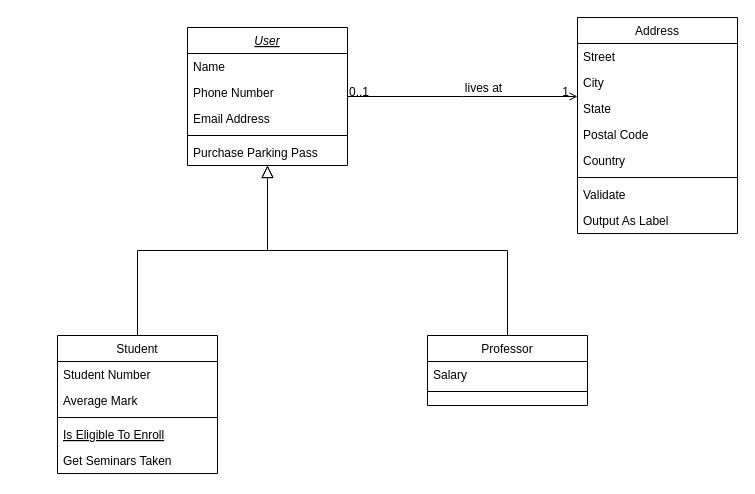
Above: Biểu đồ không có tiêu đề.drawio in LeeTaDa/LeTatDat (draw.io), before the change. Source tidied: cells renumbered, new cells numbered last; positions are measured from the earlier drawing's top-left corner, leaving out a move shared by most shapes. Both pictures are drawn from the tidied source at 100%, with x=0, y=0 at pixel (57, 17).
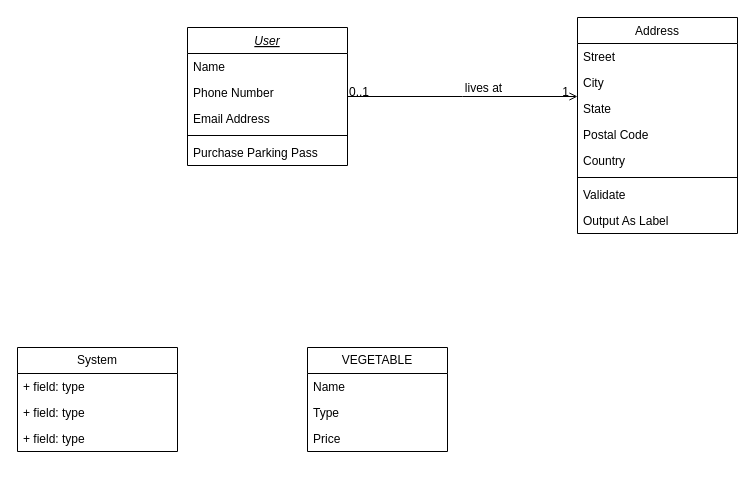
The same diagram, later.

Commit message:
Cập nhật Biểu đồ không có tiêu đề.drawio

Unchanged cells that the change refers to:
```xml
<mxCell id="2" value="User&#10;" style="swimlane;fontStyle=6;align=center;verticalAlign=top;horizontal=1;startSize=26;rounded=0;shadow=0;strokeWidth=1;" parent="1" vertex="1">
  <mxGeometry x="130" y="10" width="160" height="138" as="geometry" />
</mxCell>
```

Change to the diagram source:
```diff
@@
-    <mxCell id="8" value="Student" style="swimlane;fontStyle=0;align=center;verticalAlign=top;horizontal=1;startSize=26;rounded=0;shadow=0;strokeWidth=1;" parent="1" vertex="1">
-      <mxGeometry y="318" width="160" height="138" as="geometry" />
-    </mxCell>
-    <mxCell id="9" value="Student Number" style="text;align=left;verticalAlign=top;spacingLeft=4;spacingRight=4;overflow=hidden;" parent="8" vertex="1">
-      <mxGeometry y="26" width="160" height="26" as="geometry" />
-    </mxCell>
-    <mxCell id="10" value="Average Mark" style="text;align=left;verticalAlign=top;spacingLeft=4;spacingRight=4;overflow=hidden;rounded=0;shadow=0;html=0;" parent="8" vertex="1">
-      <mxGeometry y="52" width="160" height="26" as="geometry" />
-    </mxCell>
-    <mxCell id="11" style="line;html=1;strokeWidth=1;align=left;verticalAlign=middle;spacingTop=-1;spacingLeft=3;spacingRight=3;labelPosition=right;" parent="8" vertex="1">
-      <mxGeometry y="78" width="160" height="8" as="geometry" />
-    </mxCell>
-    <mxCell id="12" value="Is Eligible To Enroll" style="text;align=left;verticalAlign=top;spacingLeft=4;spacingRight=4;overflow=hidden;fontStyle=4;" parent="8" vertex="1">
-      <mxGeometry y="86" width="160" height="26" as="geometry" />
-    </mxCell>
-    <mxCell id="13" value="Get Seminars Taken" style="text;align=left;verticalAlign=top;spacingLeft=4;spacingRight=4;overflow=hidden;" parent="8" vertex="1">
-      <mxGeometry y="112" width="160" height="26" as="geometry" />
-    </mxCell>
-    <mxCell id="14" style="endArrow=block;endSize=10;endFill=0;shadow=0;strokeWidth=1;rounded=0;curved=0;edgeStyle=elbowEdgeStyle;elbow=vertical;" parent="1" edge="1" source="8" target="2">
-      <mxGeometry relative="1" as="geometry" />
-    </mxCell>
-    <mxCell id="15" value="Professor" style="swimlane;fontStyle=0;align=center;verticalAlign=top;horizontal=1;startSize=26;rounded=0;shadow=0;strokeWidth=1;" parent="1" vertex="1">
-      <mxGeometry x="370" y="318" width="160" height="70" as="geometry" />
-    </mxCell>
-    <mxCell id="16" value="Salary" style="text;align=left;verticalAlign=top;spacingLeft=4;spacingRight=4;overflow=hidden;" parent="15" vertex="1">
-      <mxGeometry y="26" width="160" height="26" as="geometry" />
-    </mxCell>
-    <mxCell id="17" style="line;html=1;strokeWidth=1;align=left;verticalAlign=middle;spacingTop=-1;spacingLeft=3;spacingRight=3;labelPosition=right;" parent="15" vertex="1">
-      <mxGeometry y="52" width="160" height="8" as="geometry" />
-    </mxCell>
-    <mxCell id="18" style="endArrow=block;endSize=10;endFill=0;shadow=0;strokeWidth=1;rounded=0;curved=0;edgeStyle=elbowEdgeStyle;elbow=vertical;" parent="1" edge="1" source="15" target="2">
-      <mxGeometry relative="1" as="geometry" />
-    </mxCell>
@@
+    <mxCell id="32" value="System" style="swimlane;fontStyle=0;horizontal=1;startSize=26;fillColor=none;whiteSpace=wrap;html=1;" parent="1" vertex="1">
+      <mxGeometry x="-40" y="330" width="160" height="104" as="geometry" />
+    </mxCell>
+    <mxCell id="33" value="+ field: type" style="text;strokeColor=none;fillColor=none;align=left;verticalAlign=top;spacingLeft=4;spacingRight=4;overflow=hidden;whiteSpace=wrap;html=1;" parent="32" vertex="1">
+      <mxGeometry y="26" width="160" height="26" as="geometry" />
+    </mxCell>
+    <mxCell id="34" value="+ field: type" style="text;strokeColor=none;fillColor=none;align=left;verticalAlign=top;spacingLeft=4;spacingRight=4;overflow=hidden;whiteSpace=wrap;html=1;" parent="32" vertex="1">
+      <mxGeometry y="52" width="160" height="26" as="geometry" />
+    </mxCell>
+    <mxCell id="35" value="+ field: type" style="text;strokeColor=none;fillColor=none;align=left;verticalAlign=top;spacingLeft=4;spacingRight=4;overflow=hidden;whiteSpace=wrap;html=1;" parent="32" vertex="1">
+      <mxGeometry y="78" width="160" height="26" as="geometry" />
+    </mxCell>
+    <mxCell id="36" value="VEGETABLE" style="swimlane;fontStyle=0;horizontal=1;startSize=26;fillColor=none;whiteSpace=wrap;html=1;" parent="1" vertex="1">
+      <mxGeometry x="250" y="330" width="140" height="104" as="geometry" />
+    </mxCell>
+    <mxCell id="37" value="Name&lt;span style=&quot;white-space: pre;&quot;&gt;&#9;&lt;/span&gt;" style="text;strokeColor=none;fillColor=none;align=left;verticalAlign=top;spacingLeft=4;spacingRight=4;overflow=hidden;whiteSpace=wrap;html=1;" parent="36" vertex="1">
+      <mxGeometry y="26" width="140" height="26" as="geometry" />
+    </mxCell>
+    <mxCell id="38" value="Type&lt;div&gt;&lt;br&gt;&lt;/div&gt;" style="text;strokeColor=none;fillColor=none;align=left;verticalAlign=top;spacingLeft=4;spacingRight=4;overflow=hidden;whiteSpace=wrap;html=1;" parent="36" vertex="1">
+      <mxGeometry y="52" width="140" height="26" as="geometry" />
+    </mxCell>
+    <mxCell id="39" value="Price&lt;div&gt;&lt;br&gt;&lt;/div&gt;" style="text;strokeColor=none;fillColor=none;align=left;verticalAlign=top;spacingLeft=4;spacingRight=4;overflow=hidden;whiteSpace=wrap;html=1;" parent="36" vertex="1">
+      <mxGeometry y="78" width="140" height="26" as="geometry" />
+    </mxCell>
```
